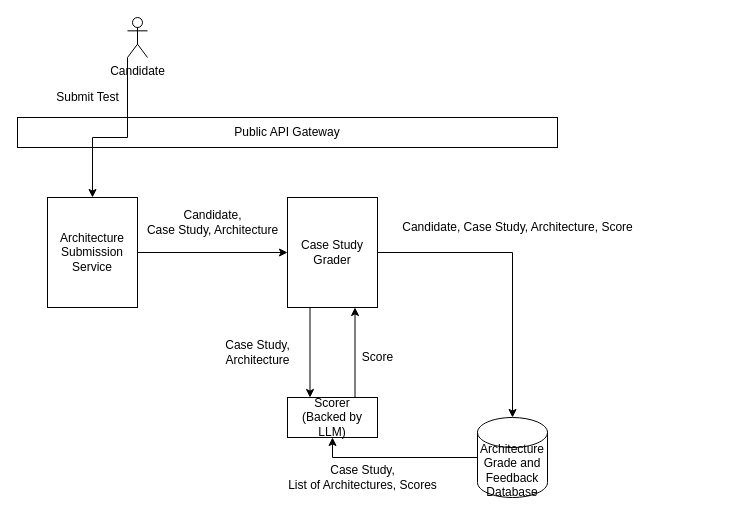
Earlier version of the draw.io diagram page "Page-6" (6 of 9) of img/certification-arch.drawio (saugatach/LLM-grader). Source tidied: cells renumbered, new cells numbered last; positions are measured from the earlier drawing's top-left corner, leaving out a move shared by most shapes. Both pictures are drawn from the tidied source at 100%, with x=0, y=0 at pixel (17, 17).
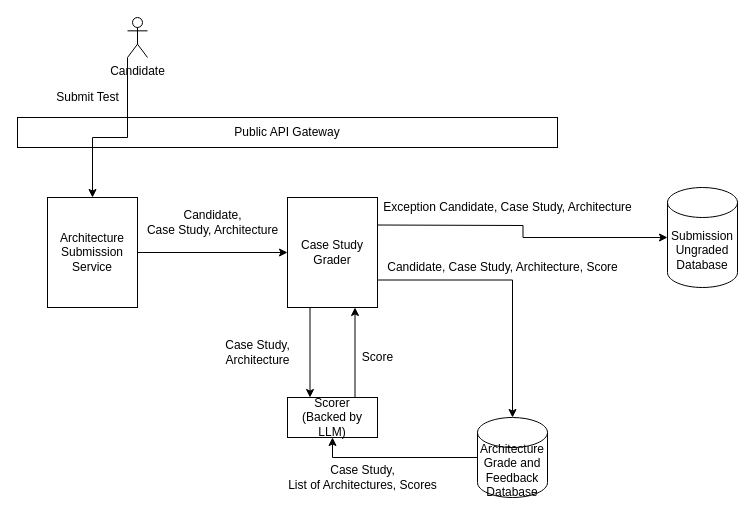
Above is the later version.

Unchanged cells that the change refers to:
```xml
<mxCell id="6" value="Case Study Grader" style="rounded=0;whiteSpace=wrap;html=1;" parent="1" vertex="1">
  <mxGeometry x="270" y="180" width="90" height="110" as="geometry" />
</mxCell>
<mxCell id="8" value="Architecture Grade and Feedback Database" style="shape=cylinder3;whiteSpace=wrap;html=1;boundedLbl=1;backgroundOutline=1;size=15;" parent="1" vertex="1">
  <mxGeometry x="460" y="400" width="70" height="80" as="geometry" />
</mxCell>
```

The edit, as a diff of the source:
```diff
@@
-    <mxCell id="4" style="edgeStyle=orthogonalEdgeStyle;rounded=0;jettySize=auto;html=1;exitX=1;exitY=0.5;exitDx=0;exitDy=0;" parent="1" edge="1" source="6" target="8">
+    <mxCell id="4" style="edgeStyle=orthogonalEdgeStyle;rounded=0;jettySize=auto;html=1;exitX=1;exitY=0.75;exitDx=0;exitDy=0;" parent="1" edge="1" source="6" target="8">
       <mxGeometry relative="1" as="geometry" />
     </mxCell>
@@
     <mxCell id="19" value="Candidate, Case Study, Architecture, Score" style="text;html=1;align=center;verticalAlign=middle;strokeColor=none;fillColor=none;" parent="1" vertex="1">
-      <mxGeometry x="375" y="200" width="250" height="20" as="geometry" />
+      <mxGeometry x="360" y="240" width="250" height="20" as="geometry" />
     </mxCell>
+    <mxCell id="20" style="edgeStyle=orthogonalEdgeStyle;rounded=0;jettySize=auto;html=1;exitX=1;exitY=0.25;exitDx=0;exitDy=0;entryX=0;entryY=0.5;entryDx=0;entryDy=0;entryPerimeter=0;" parent="1" edge="1" target="22">
+      <mxGeometry relative="1" as="geometry">
+        <mxPoint x="360" y="207.5" as="sourcePoint" />
+      </mxGeometry>
+    </mxCell>
+    <mxCell id="21" value="Exception Candidate, Case Study, Architecture" style="text;html=1;align=center;verticalAlign=middle;strokeColor=none;fillColor=none;" parent="1" vertex="1">
+      <mxGeometry x="360" y="180" width="260" height="20" as="geometry" />
+    </mxCell>
+    <mxCell id="22" value="Submission Ungraded Database" style="shape=cylinder3;whiteSpace=wrap;html=1;boundedLbl=1;backgroundOutline=1;size=15;" parent="1" vertex="1">
+      <mxGeometry x="650" y="170" width="70" height="100" as="geometry" />
+    </mxCell>
```
